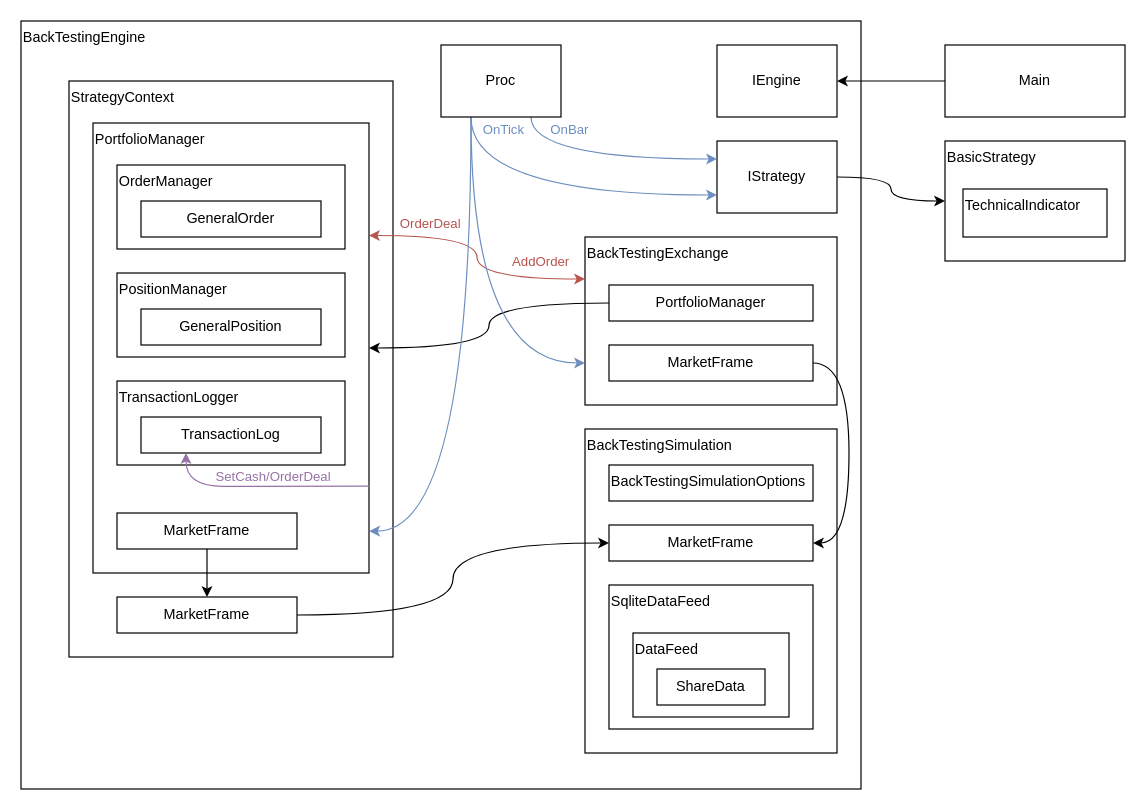
Before: CarrotBacktesting.Net/CarrotBacktesting.Net.Diagram.drawio in CRThu/CarrotQuant.Net, a draw.io diagram. Source tidied: cells renumbered, new cells numbered last; positions are measured from the earlier drawing's top-left corner, leaving out a move shared by most shapes. Both pictures are drawn from the tidied source at 120%, with x=0, y=0 at pixel (20, 20).
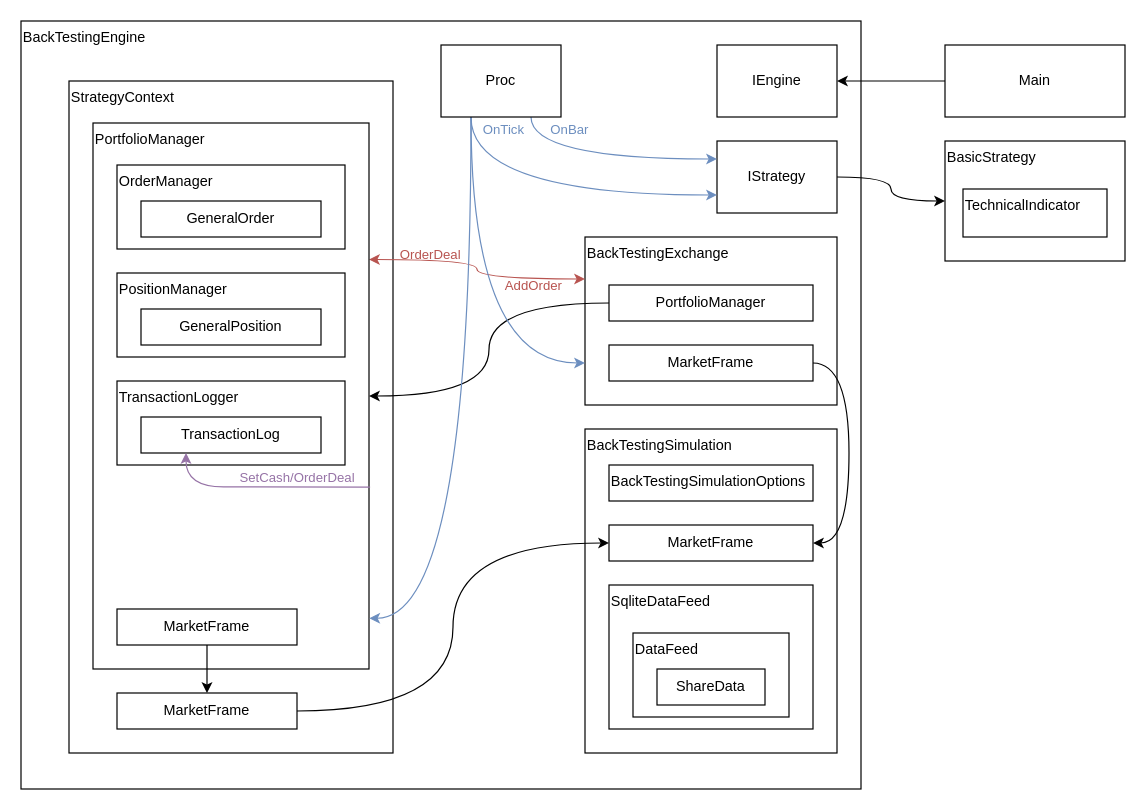
The same diagram, later.

Unchanged cells that the change refers to:
```xml
<mxCell id="23" value="TransactionLog" style="rounded=0;whiteSpace=wrap;html=1;fillColor=none;align=center;verticalAlign=middle;" parent="1" vertex="1">
  <mxGeometry x="100" y="330" width="150" height="30" as="geometry" />
</mxCell>
```

The edit, as a diff of the source:
```diff
@@
     <mxCell id="5" value="StrategyContext" style="rounded=0;whiteSpace=wrap;html=1;fillColor=none;align=left;verticalAlign=top;" parent="1" vertex="1">
-      <mxGeometry x="40" y="50" width="270" height="480" as="geometry" />
+      <mxGeometry x="40" y="50" width="270" height="560" as="geometry" />
     </mxCell>
@@
     <mxCell id="13" value="PortfolioManager" style="rounded=0;whiteSpace=wrap;html=1;fillColor=none;align=left;verticalAlign=top;" parent="1" vertex="1">
-      <mxGeometry x="60" y="85" width="230" height="375" as="geometry" />
+      <mxGeometry x="60" y="85" width="230" height="455" as="geometry" />
     </mxCell>
@@
     <mxCell id="15" value="MarketFrame" style="rounded=0;whiteSpace=wrap;html=1;fillColor=none;align=center;verticalAlign=middle;" parent="1" vertex="1">
-      <mxGeometry x="80" y="480" width="150" height="30" as="geometry" />
+      <mxGeometry x="80" y="560" width="150" height="30" as="geometry" />
     </mxCell>
@@
     <mxCell id="17" value="MarketFrame" style="rounded=0;whiteSpace=wrap;html=1;fillColor=none;align=center;verticalAlign=middle;" parent="1" vertex="1">
-      <mxGeometry x="80" y="410" width="150" height="30" as="geometry" />
+      <mxGeometry x="80" y="490" width="150" height="30" as="geometry" />
     </mxCell>
@@
-    <mxCell id="38" style="edgeStyle=orthogonalEdgeStyle;curved=1;rounded=0;jettySize=auto;html=1;exitX=1.001;exitY=0.807;exitDx=0;exitDy=0;entryX=0.25;entryY=1;entryDx=0;entryDy=0;fontColor=#CCCC00;elbow=vertical;exitPerimeter=0;fillColor=#e1d5e7;strokeColor=#9673A6;" parent="1" edge="1" source="13" target="23">
+    <mxCell id="38" style="edgeStyle=orthogonalEdgeStyle;curved=1;rounded=0;jettySize=auto;html=1;exitX=1.004;exitY=0.667;exitDx=0;exitDy=0;entryX=0.25;entryY=1;entryDx=0;entryDy=0;fontColor=#CCCC00;elbow=vertical;exitPerimeter=0;fillColor=#e1d5e7;strokeColor=#9673A6;" parent="1" edge="1" source="13" target="23">
       <mxGeometry relative="1" as="geometry">
         <Array as="points">
-          <mxPoint x="200" y="388" />
+          <mxPoint x="200" y="389" />
           <mxPoint x="138" y="388" />
         </Array>
       </mxGeometry>
     </mxCell>
     <mxCell id="39" value="&lt;span style=&quot;&quot;&gt;SetCash/&lt;/span&gt;&lt;font&gt;OrderDeal&lt;/font&gt;" style="edgeLabel;html=1;align=center;verticalAlign=middle;fontColor=#9673A6;labelBackgroundColor=none;" parent="38" vertex="1">
       <mxGeometry x="0.27" y="-9" relative="1" as="geometry">
-        <mxPoint x="34" y="1" as="offset" />
+        <mxPoint x="54" y="1" as="offset" />
       </mxGeometry>
     </mxCell>
```
